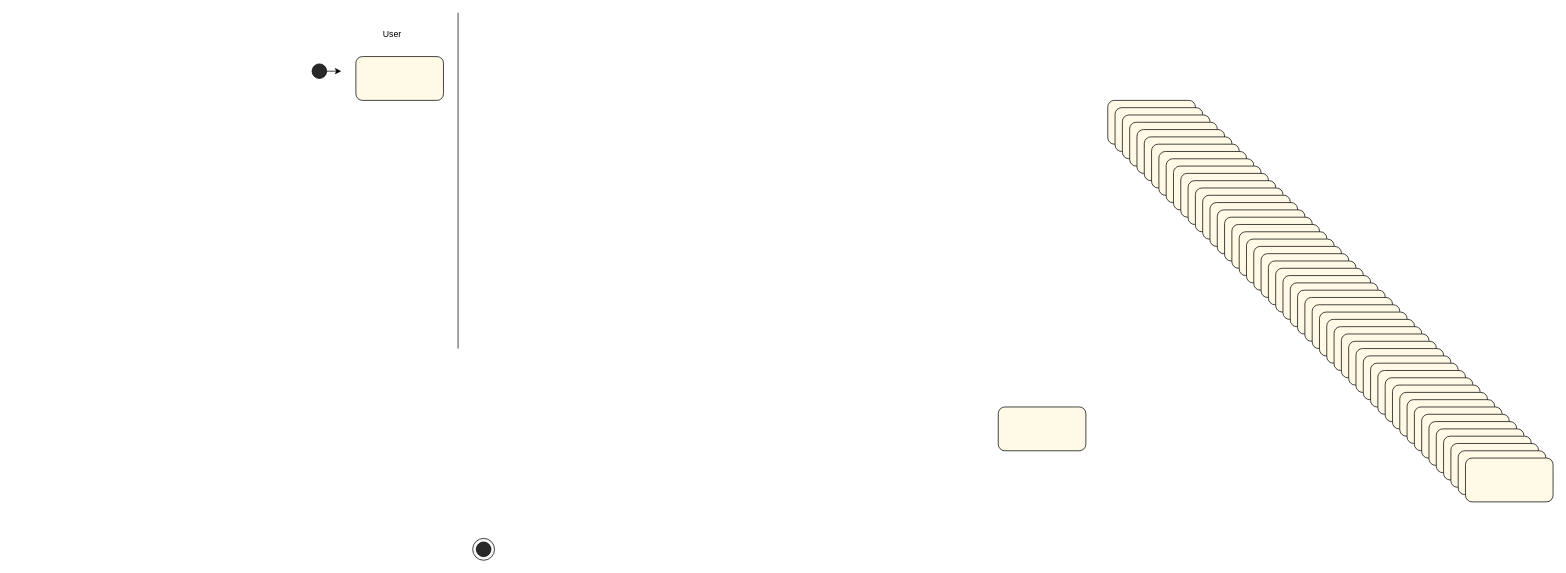
tlfzgjadyd/SoftwareAnalysisDesign keeps this draw.io diagram as Untitled Diagram.drawio. Above is the earlier version. Source tidied: cells renumbered, new cells numbered last; positions are measured from the earlier drawing's top-left corner, leaving out a move shared by most shapes. Both pictures are drawn from the tidied source at 73%, with x=0, y=0 at pixel (312, 12).
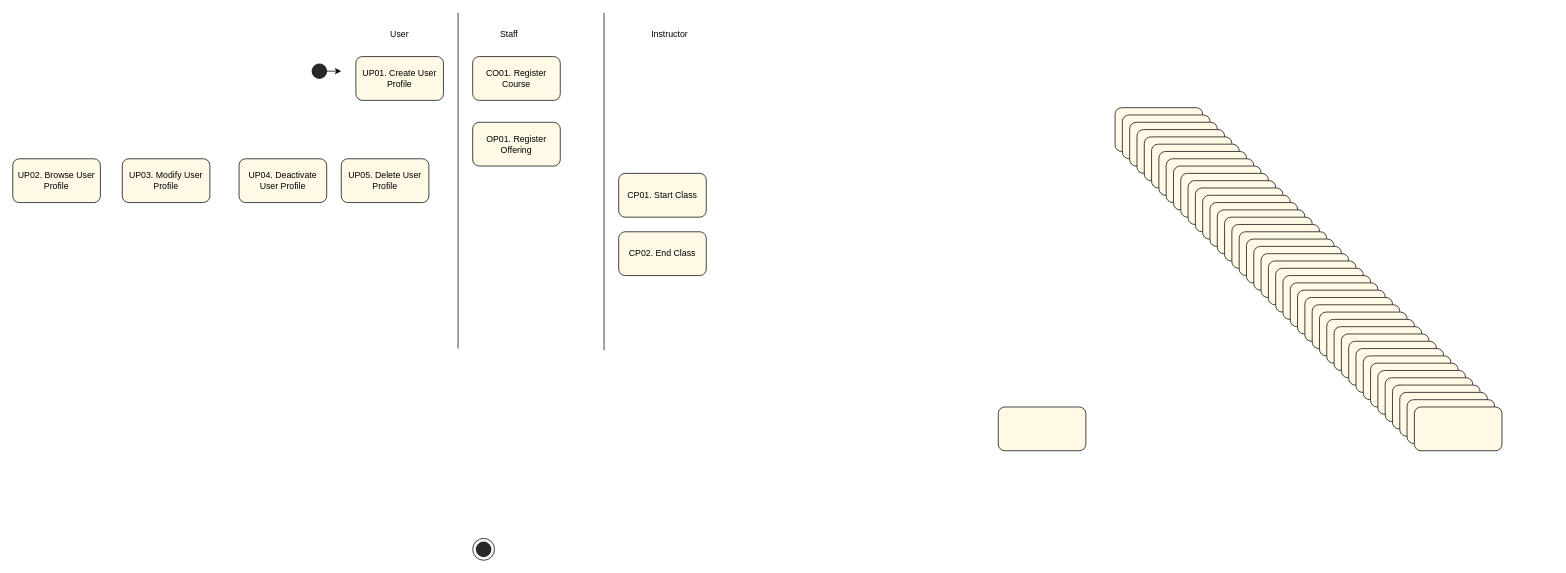
The same page after the edit.

What changed in the source:
```diff
@@
-    <mxCell id="6" style="rounded=1;whiteSpace=wrap;html=1;fillColor=#FFF9E6;" parent="1" vertex="1">
+    <mxCell id="6" value="UP01. Create User Profile" style="rounded=1;whiteSpace=wrap;html=1;fillColor=#FFF9E6;" parent="1" vertex="1">
       <mxGeometry x="60" y="60" width="120" height="60" as="geometry" />
     </mxCell>
-    <mxCell id="7" style="rounded=1;whiteSpace=wrap;html=1;fillColor=#FFF9E6;" parent="1" vertex="1">
-      <mxGeometry x="1090" y="120" width="120" height="60" as="geometry" />
+    <mxCell id="7" value="CO01. Register Course" style="rounded=1;whiteSpace=wrap;html=1;fillColor=#FFF9E6;" parent="1" vertex="1">
+      <mxGeometry x="220" y="60" width="120" height="60" as="geometry" />
     </mxCell>
@@
-    <mxCell id="50" style="rounded=1;whiteSpace=wrap;html=1;fillColor=#FFF9E6;" parent="1" vertex="1">
-      <mxGeometry x="1520" y="550" width="120" height="60" as="geometry" />
+    <mxCell id="50" value="UP05. Delete User Profile" style="rounded=1;whiteSpace=wrap;html=1;fillColor=#FFF9E6;" parent="1" vertex="1">
+      <mxGeometry x="40" y="200" width="120" height="60" as="geometry" />
     </mxCell>
-    <mxCell id="51" style="rounded=1;whiteSpace=wrap;html=1;fillColor=#FFF9E6;" parent="1" vertex="1">
-      <mxGeometry x="1530" y="560" width="120" height="60" as="geometry" />
+    <mxCell id="51" value="UP04. Deactivate User Profile" style="rounded=1;whiteSpace=wrap;html=1;fillColor=#FFF9E6;" parent="1" vertex="1">
+      <mxGeometry x="-100" y="200" width="120" height="60" as="geometry" />
     </mxCell>
-    <mxCell id="52" style="rounded=1;whiteSpace=wrap;html=1;fillColor=#FFF9E6;" parent="1" vertex="1">
-      <mxGeometry x="1540" y="570" width="120" height="60" as="geometry" />
+    <mxCell id="52" value="UP03. Modify User Profile" style="rounded=1;whiteSpace=wrap;html=1;fillColor=#FFF9E6;" parent="1" vertex="1">
+      <mxGeometry x="-260" y="200" width="120" height="60" as="geometry" />
     </mxCell>
-    <mxCell id="53" style="rounded=1;whiteSpace=wrap;html=1;fillColor=#FFF9E6;" parent="1" vertex="1">
-      <mxGeometry x="1550" y="580" width="120" height="60" as="geometry" />
+    <mxCell id="53" value="UP02. Browse User Profile" style="rounded=1;whiteSpace=wrap;html=1;fillColor=#FFF9E6;" parent="1" vertex="1">
+      <mxGeometry x="-410" y="200" width="120" height="60" as="geometry" />
     </mxCell>
-    <mxCell id="54" style="rounded=1;whiteSpace=wrap;html=1;fillColor=#FFF9E6;" parent="1" vertex="1">
-      <mxGeometry x="1560" y="590" width="120" height="60" as="geometry" />
+    <mxCell id="54" value="CP02. End Class" style="rounded=1;whiteSpace=wrap;html=1;fillColor=#FFF9E6;" parent="1" vertex="1">
+      <mxGeometry x="420" y="300" width="120" height="60" as="geometry" />
     </mxCell>
-    <mxCell id="55" style="rounded=1;whiteSpace=wrap;html=1;fillColor=#FFF9E6;" parent="1" vertex="1">
-      <mxGeometry x="1570" y="600" width="120" height="60" as="geometry" />
+    <mxCell id="55" value="CP01. Start Class" style="rounded=1;whiteSpace=wrap;html=1;fillColor=#FFF9E6;" parent="1" vertex="1">
+      <mxGeometry x="420" y="220" width="120" height="60" as="geometry" />
     </mxCell>
-    <mxCell id="56" style="rounded=1;whiteSpace=wrap;html=1;fillColor=#FFF9E6;" parent="1" vertex="1">
-      <mxGeometry x="1580" y="610" width="120" height="60" as="geometry" />
+    <mxCell id="56" value="OP01. Register Offering" style="rounded=1;whiteSpace=wrap;html=1;fillColor=#FFF9E6;" parent="1" vertex="1">
+      <mxGeometry x="220" y="150" width="120" height="60" as="geometry" />
     </mxCell>
@@
     <mxCell id="58" value="User" style="text;html=1;strokeColor=none;fillColor=none;align=center;verticalAlign=middle;whiteSpace=wrap;rounded=0;" parent="1" vertex="1">
-      <mxGeometry x="90" y="20" width="40" height="20" as="geometry" />
+      <mxGeometry x="100" y="20" width="40" height="20" as="geometry" />
     </mxCell>
@@
+    <mxCell id="61" value="Staff" style="text;html=1;strokeColor=none;fillColor=none;align=center;verticalAlign=middle;whiteSpace=wrap;rounded=0;" parent="1" vertex="1">
+      <mxGeometry x="250" y="20" width="40" height="20" as="geometry" />
+    </mxCell>
+    <mxCell id="62" style="endArrow=none;html=1;" parent="1" edge="1">
+      <mxGeometry relative="1" as="geometry">
+        <mxPoint x="400" y="462.4" as="sourcePoint" />
+        <mxPoint x="400" as="targetPoint" />
+      </mxGeometry>
+    </mxCell>
+    <mxCell id="63" value="Instructor" style="text;html=1;strokeColor=none;fillColor=none;align=center;verticalAlign=middle;whiteSpace=wrap;rounded=0;" parent="1" vertex="1">
+      <mxGeometry x="470" y="20" width="40" height="20" as="geometry" />
+    </mxCell>
```
